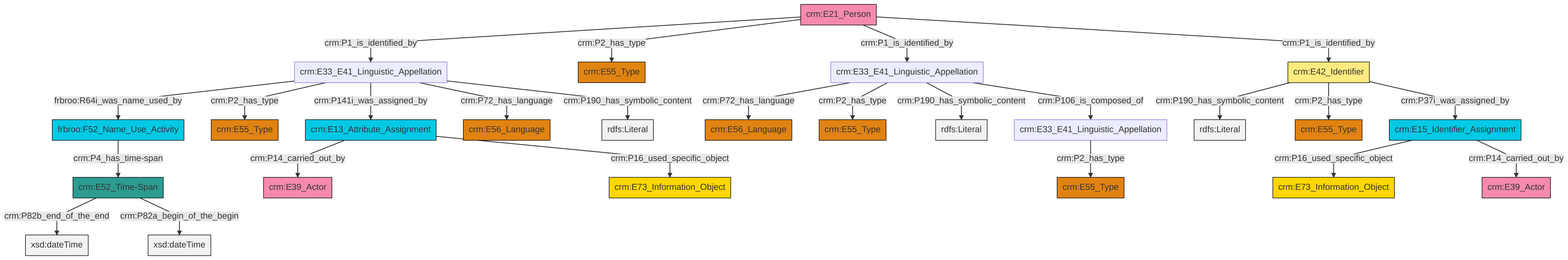
Above: et/personCSV/ttl/mmd/png/Person_Names_and_Classification.png in swiss-art-research-net/docs.swissartresearch (Mermaid), before the change. Its source is kept beside it as et/personCSV/ttl/mmd/Person_Names_and_Classification.ttl.mmd.
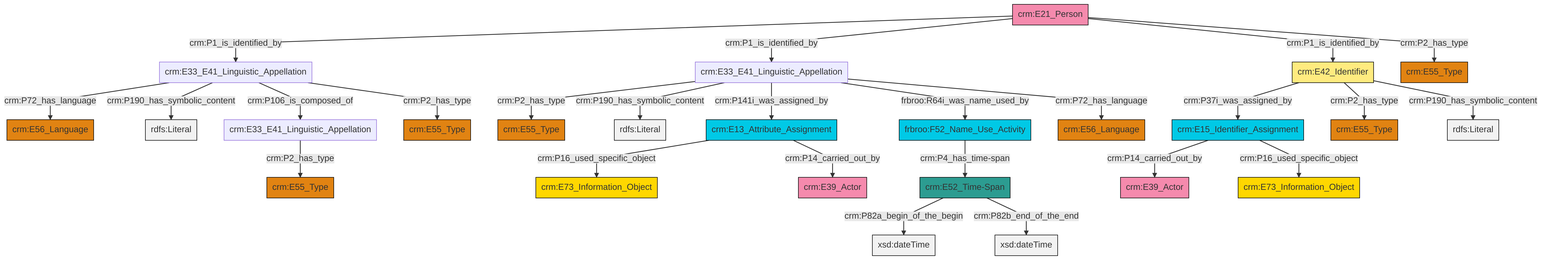
The same diagram one commit later.

Diff of the diagram source:
```diff
@@ -13,27 +13,27 @@
 classDef PC_Classes fill:#4ce600, stroke:#000000;
 classDef Multi fill:#cccccc,stroke:#000000;
 
-0["crm:E42_Identifier"]:::Appellation -->|crm:P190_has_symbolic_content| 1[rdfs:Literal]:::Literal
-2["crm:E33_E41_Linguistic_Appellation"]:::Default -->|crm:P72_has_language| 6["crm:E56_Language"]:::Type
-7["frbroo:F52_Name_Use_Activity"]:::Temporal_Entity -->|crm:P4_has_time-span| 9["crm:E52_Time-Span"]:::Time-Span
-10["crm:E21_Person"]:::Actor -->|crm:P1_is_identified_by| 11["crm:E33_E41_Linguistic_Appellation"]:::Default
-11["crm:E33_E41_Linguistic_Appellation"]:::Default -->|frbroo:R64i_was_name_used_by| 7["frbroo:F52_Name_Use_Activity"]:::Temporal_Entity
-9["crm:E52_Time-Span"]:::Time-Span -->|crm:P82b_end_of_the_end| 13[xsd:dateTime]:::Literal
-10["crm:E21_Person"]:::Actor -->|crm:P2_has_type| 14["crm:E55_Type"]:::Type
-2["crm:E33_E41_Linguistic_Appellation"]:::Default -->|crm:P2_has_type| 19["crm:E55_Type"]:::Type
-11["crm:E33_E41_Linguistic_Appellation"]:::Default -->|crm:P2_has_type| 15["crm:E55_Type"]:::Type
-21["crm:E15_Identifier_Assignment"]:::Temporal_Entity -->|crm:P16_used_specific_object| 17["crm:E73_Information_Object"]:::Conceptual_Object
-0["crm:E42_Identifier"]:::Appellation -->|crm:P2_has_type| 22["crm:E55_Type"]:::Type
-11["crm:E33_E41_Linguistic_Appellation"]:::Default -->|crm:P141i_was_assigned_by| 4["crm:E13_Attribute_Assignment"]:::Temporal_Entity
-4["crm:E13_Attribute_Assignment"]:::Temporal_Entity -->|crm:P14_carried_out_by| 28["crm:E39_Actor"]:::Actor
-4["crm:E13_Attribute_Assignment"]:::Temporal_Entity -->|crm:P16_used_specific_object| 29["crm:E73_Information_Object"]:::Conceptual_Object
-2["crm:E33_E41_Linguistic_Appellation"]:::Default -->|crm:P190_has_symbolic_content| 32[rdfs:Literal]:::Literal
-21["crm:E15_Identifier_Assignment"]:::Temporal_Entity -->|crm:P14_carried_out_by| 24["crm:E39_Actor"]:::Actor
-0["crm:E42_Identifier"]:::Appellation -->|crm:P37i_was_assigned_by| 21["crm:E15_Identifier_Assignment"]:::Temporal_Entity
-11["crm:E33_E41_Linguistic_Appellation"]:::Default -->|crm:P72_has_language| 35["crm:E56_Language"]:::Type
-9["crm:E52_Time-Span"]:::Time-Span -->|crm:P82a_begin_of_the_begin| 41[xsd:dateTime]:::Literal
-2["crm:E33_E41_Linguistic_Appellation"]:::Default -->|crm:P106_is_composed_of| 30["crm:E33_E41_Linguistic_Appellation"]:::Default
-30["crm:E33_E41_Linguistic_Appellation"]:::Default -->|crm:P2_has_type| 36["crm:E55_Type"]:::Type
-11["crm:E33_E41_Linguistic_Appellation"]:::Default -->|crm:P190_has_symbolic_content| 42[rdfs:Literal]:::Literal
-10["crm:E21_Person"]:::Actor -->|crm:P1_is_identified_by| 2["crm:E33_E41_Linguistic_Appellation"]:::Default
-10["crm:E21_Person"]:::Actor -->|crm:P1_is_identified_by| 0["crm:E42_Identifier"]:::Appellation
+6["crm:E33_E41_Linguistic_Appellation"]:::Default -->|crm:P72_has_language| 7["crm:E56_Language"]:::Type
+0["crm:E33_E41_Linguistic_Appellation"]:::Default -->|crm:P2_has_type| 10["crm:E55_Type"]:::Type
+8["crm:E13_Attribute_Assignment"]:::Temporal_Entity -->|crm:P16_used_specific_object| 11["crm:E73_Information_Object"]:::Conceptual_Object
+12["crm:E15_Identifier_Assignment"]:::Temporal_Entity -->|crm:P14_carried_out_by| 13["crm:E39_Actor"]:::Actor
+4["crm:E52_Time-Span"]:::Time-Span -->|crm:P82a_begin_of_the_begin| 14[xsd:dateTime]:::Literal
+0["crm:E33_E41_Linguistic_Appellation"]:::Default -->|crm:P190_has_symbolic_content| 17[rdfs:Literal]:::Literal
+6["crm:E33_E41_Linguistic_Appellation"]:::Default -->|crm:P190_has_symbolic_content| 18[rdfs:Literal]:::Literal
+8["crm:E13_Attribute_Assignment"]:::Temporal_Entity -->|crm:P14_carried_out_by| 23["crm:E39_Actor"]:::Actor
+26["crm:E21_Person"]:::Actor -->|crm:P1_is_identified_by| 6["crm:E33_E41_Linguistic_Appellation"]:::Default
+6["crm:E33_E41_Linguistic_Appellation"]:::Default -->|crm:P106_is_composed_of| 27["crm:E33_E41_Linguistic_Appellation"]:::Default
+26["crm:E21_Person"]:::Actor -->|crm:P1_is_identified_by| 0["crm:E33_E41_Linguistic_Appellation"]:::Default
+0["crm:E33_E41_Linguistic_Appellation"]:::Default -->|crm:P141i_was_assigned_by| 8["crm:E13_Attribute_Assignment"]:::Temporal_Entity
+6["crm:E33_E41_Linguistic_Appellation"]:::Default -->|crm:P2_has_type| 20["crm:E55_Type"]:::Type
+4["crm:E52_Time-Span"]:::Time-Span -->|crm:P82b_end_of_the_end| 36[xsd:dateTime]:::Literal
+0["crm:E33_E41_Linguistic_Appellation"]:::Default -->|frbroo:R64i_was_name_used_by| 33["frbroo:F52_Name_Use_Activity"]:::Temporal_Entity
+33["frbroo:F52_Name_Use_Activity"]:::Temporal_Entity -->|crm:P4_has_time-span| 4["crm:E52_Time-Span"]:::Time-Span
+26["crm:E21_Person"]:::Actor -->|crm:P1_is_identified_by| 38["crm:E42_Identifier"]:::Appellation
+38["crm:E42_Identifier"]:::Appellation -->|crm:P37i_was_assigned_by| 12["crm:E15_Identifier_Assignment"]:::Temporal_Entity
+27["crm:E33_E41_Linguistic_Appellation"]:::Default -->|crm:P2_has_type| 15["crm:E55_Type"]:::Type
+12["crm:E15_Identifier_Assignment"]:::Temporal_Entity -->|crm:P16_used_specific_object| 2["crm:E73_Information_Object"]:::Conceptual_Object
+38["crm:E42_Identifier"]:::Appellation -->|crm:P2_has_type| 29["crm:E55_Type"]:::Type
+0["crm:E33_E41_Linguistic_Appellation"]:::Default -->|crm:P72_has_language| 24["crm:E56_Language"]:::Type
+38["crm:E42_Identifier"]:::Appellation -->|crm:P190_has_symbolic_content| 45[rdfs:Literal]:::Literal
+26["crm:E21_Person"]:::Actor -->|crm:P2_has_type| 31["crm:E55_Type"]:::Type
```
